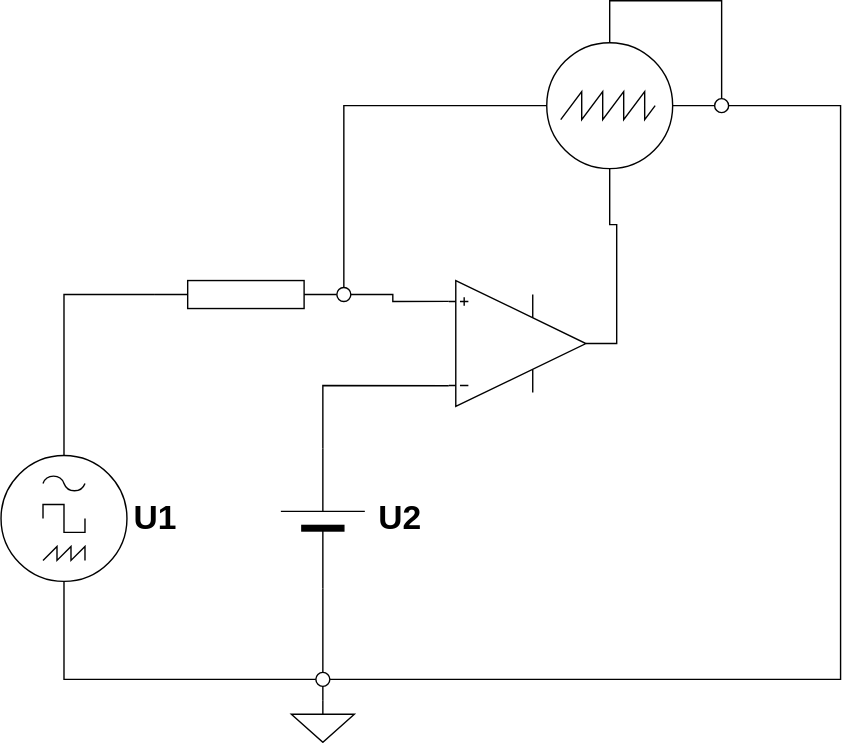
Before: 5/LA/AMEC/OPV3/Komparator_ohneHysterese_1.drawio.svg, a diagram exported from draw.io (Baumbart13/Mitschrift). Source tidied: cells renumbered, new cells last; positions are measured from the earlier drawing's top-left corner, leaving out a move shared by most shapes. The source it was exported from:
```xml
<mxGraphModel>
  <root>
    <mxCell id="0" />
    <mxCell id="1" parent="0" />
    <mxCell id="2" style="verticalLabelPosition=bottom;shadow=0;dashed=0;align=center;fillColor=#000000;html=1;verticalAlign=top;strokeWidth=1;shape=mxgraph.electrical.miscellaneous.monocell_battery;rotation=-90;" parent="1" vertex="1">
      <mxGeometry x="180" y="340" width="100" height="60" as="geometry" />
    </mxCell>
    <mxCell id="3" style="perimeter=ellipsePerimeter;verticalLabelPosition=bottom;shadow=0;dashed=0;align=center;html=1;verticalAlign=top;shape=mxgraph.electrical.instruments.signal_generator;" parent="1" vertex="1">
      <mxGeometry y="325" width="90" height="90" as="geometry" />
    </mxCell>
    <mxCell id="4" style="perimeter=ellipsePerimeter;verticalLabelPosition=bottom;shadow=0;dashed=0;align=center;html=1;verticalAlign=top;shape=mxgraph.electrical.instruments.oscilloscope;" parent="1" vertex="1">
      <mxGeometry x="390" y="30" width="90" height="90" as="geometry" />
    </mxCell>
    <mxCell id="5" style="verticalLabelPosition=bottom;shadow=0;dashed=0;align=center;html=1;verticalAlign=top;shape=mxgraph.electrical.abstract.operational_amp_1;flipH=0;flipV=1;" parent="1" vertex="1">
      <mxGeometry x="320" y="200" width="98" height="90" as="geometry" />
    </mxCell>
    <mxCell id="6" style="endArrow=none;html=1;rounded=0;exitX=0.5;exitY=0;exitDx=0;exitDy=0;exitPerimeter=0;entryX=0;entryY=0.5;entryDx=0;entryDy=0;entryPerimeter=0;" parent="1" edge="1" source="3" target="7">
      <mxGeometry relative="1" as="geometry">
        <Array as="points">
          <mxPoint x="45" y="210" />
        </Array>
      </mxGeometry>
    </mxCell>
    <mxCell id="7" style="verticalLabelPosition=bottom;shadow=0;dashed=0;align=center;html=1;verticalAlign=top;shape=mxgraph.electrical.resistors.resistor_1;" parent="1" vertex="1">
      <mxGeometry x="110" y="200" width="130" height="20" as="geometry" />
    </mxCell>
    <mxCell id="8" style="endArrow=none;html=1;rounded=0;entryX=0;entryY=0.165;entryDx=0;entryDy=0;entryPerimeter=0;exitX=1;exitY=0.5;exitDx=0;exitDy=0;exitPerimeter=0;" parent="1" edge="1" source="2" target="5">
      <mxGeometry relative="1" as="geometry">
        <Array as="points">
          <mxPoint x="230" y="275" />
        </Array>
      </mxGeometry>
    </mxCell>
    <mxCell id="9" style="endArrow=none;html=1;rounded=0;entryX=1;entryY=0.5;entryDx=0;entryDy=0;exitX=1;exitY=0.5;exitDx=0;exitDy=0;" parent="1" edge="1" source="18" target="15">
      <mxGeometry relative="1" as="geometry">
        <Array as="points">
          <mxPoint x="600" y="485" />
          <mxPoint x="600" y="75" />
        </Array>
      </mxGeometry>
    </mxCell>
    <mxCell id="10" style="verticalLabelPosition=bottom;shadow=0;dashed=0;align=center;html=1;verticalAlign=top;shape=mxgraph.electrical.signal_sources.signal_ground;" parent="1" vertex="1">
      <mxGeometry x="207.5" y="500" width="45" height="30" as="geometry" />
    </mxCell>
    <mxCell id="11" style="endArrow=none;html=1;rounded=0;exitX=1;exitY=0.5;exitDx=0;exitDy=0;exitPerimeter=0;entryX=0.5;entryY=1;entryDx=0;entryDy=0;entryPerimeter=0;" parent="1" edge="1" source="5" target="4">
      <mxGeometry relative="1" as="geometry">
        <Array as="points">
          <mxPoint x="440" y="245" />
          <mxPoint x="440" y="160" />
          <mxPoint x="435" y="160" />
        </Array>
      </mxGeometry>
    </mxCell>
    <mxCell id="12" style="ellipse;whiteSpace=wrap;html=1;" parent="1" vertex="1">
      <mxGeometry x="240" y="205" width="10" height="10" as="geometry" />
    </mxCell>
    <mxCell id="13" style="endArrow=none;html=1;rounded=0;exitX=0.5;exitY=0;exitDx=0;exitDy=0;entryX=0;entryY=0.5;entryDx=0;entryDy=0;entryPerimeter=0;" parent="1" edge="1" source="12" target="4">
      <mxGeometry relative="1" as="geometry">
        <Array as="points">
          <mxPoint x="245" y="75" />
        </Array>
      </mxGeometry>
    </mxCell>
    <mxCell id="14" style="endArrow=none;html=1;rounded=0;exitX=1;exitY=0.5;exitDx=0;exitDy=0;entryX=0;entryY=0.835;entryDx=0;entryDy=0;entryPerimeter=0;" parent="1" edge="1" source="12" target="5">
      <mxGeometry relative="1" as="geometry">
        <Array as="points">
          <mxPoint x="280" y="210" />
          <mxPoint x="280" y="215" />
        </Array>
      </mxGeometry>
    </mxCell>
    <mxCell id="15" style="ellipse;whiteSpace=wrap;html=1;" parent="1" vertex="1">
      <mxGeometry x="510" y="70" width="10" height="10" as="geometry" />
    </mxCell>
    <mxCell id="16" style="endArrow=none;html=1;rounded=0;exitX=0.5;exitY=0;exitDx=0;exitDy=0;entryX=0.5;entryY=0;entryDx=0;entryDy=0;entryPerimeter=0;" parent="1" edge="1" source="15" target="4">
      <mxGeometry relative="1" as="geometry">
        <Array as="points">
          <mxPoint x="515" />
          <mxPoint x="435" />
        </Array>
      </mxGeometry>
    </mxCell>
    <mxCell id="17" style="endArrow=none;html=1;rounded=0;entryX=0;entryY=0.5;entryDx=0;entryDy=0;exitX=1;exitY=0.5;exitDx=0;exitDy=0;exitPerimeter=0;" parent="1" edge="1" source="4" target="15">
      <mxGeometry relative="1" as="geometry" />
    </mxCell>
    <mxCell id="18" style="ellipse;whiteSpace=wrap;html=1;" parent="1" vertex="1">
      <mxGeometry x="225" y="480" width="10" height="10" as="geometry" />
    </mxCell>
    <mxCell id="19" style="endArrow=none;html=1;rounded=0;entryX=0;entryY=0.5;entryDx=0;entryDy=0;exitX=0.5;exitY=1;exitDx=0;exitDy=0;exitPerimeter=0;" parent="1" edge="1" source="3" target="18">
      <mxGeometry relative="1" as="geometry">
        <Array as="points">
          <mxPoint x="45" y="485" />
        </Array>
      </mxGeometry>
    </mxCell>
    <mxCell id="20" style="endArrow=none;html=1;rounded=0;entryX=0;entryY=0.5;entryDx=0;entryDy=0;entryPerimeter=0;exitX=0.5;exitY=0;exitDx=0;exitDy=0;" parent="1" edge="1" source="18" target="2">
      <mxGeometry relative="1" as="geometry" />
    </mxCell>
    <mxCell id="21" style="endArrow=none;html=1;rounded=0;exitX=0.5;exitY=0;exitDx=0;exitDy=0;exitPerimeter=0;entryX=0.5;entryY=1;entryDx=0;entryDy=0;" parent="1" edge="1" source="10" target="18">
      <mxGeometry relative="1" as="geometry" />
    </mxCell>
    <mxCell id="22" value="&lt;div&gt;U2&lt;/div&gt;" style="text;strokeColor=none;fillColor=none;html=1;fontSize=24;fontStyle=1;verticalAlign=middle;align=center;" parent="1" vertex="1">
      <mxGeometry x="235" y="350" width="100" height="40" as="geometry" />
    </mxCell>
    <mxCell id="23" value="&lt;div&gt;U1&lt;/div&gt;" style="text;strokeColor=none;fillColor=none;html=1;fontSize=24;fontStyle=1;verticalAlign=middle;align=center;" parent="1" vertex="1">
      <mxGeometry x="60" y="350" width="100" height="40" as="geometry" />
    </mxCell>
  </root>
</mxGraphModel>
```
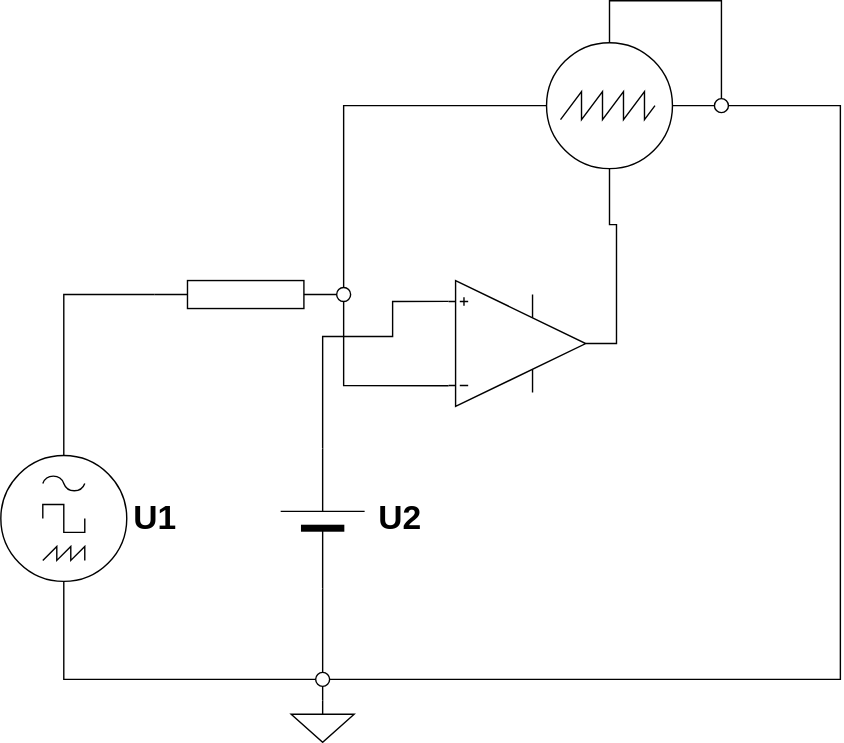
Above is the later version.

Diff of the diagram source:
```diff
@@ -24,10 +24,12 @@
     <mxCell id="7" style="verticalLabelPosition=bottom;shadow=0;dashed=0;align=center;html=1;verticalAlign=top;shape=mxgraph.electrical.resistors.resistor_1;" parent="1" vertex="1">
       <mxGeometry x="110" y="200" width="130" height="20" as="geometry" />
     </mxCell>
-    <mxCell id="8" style="endArrow=none;html=1;rounded=0;entryX=0;entryY=0.165;entryDx=0;entryDy=0;entryPerimeter=0;exitX=1;exitY=0.5;exitDx=0;exitDy=0;exitPerimeter=0;" parent="1" edge="1" source="2" target="5">
+    <mxCell id="8" style="endArrow=none;html=1;rounded=0;exitX=1;exitY=0.5;exitDx=0;exitDy=0;exitPerimeter=0;entryX=0;entryY=0.835;entryDx=0;entryDy=0;entryPerimeter=0;" parent="1" edge="1" source="2" target="5">
       <mxGeometry relative="1" as="geometry">
         <Array as="points">
-          <mxPoint x="230" y="275" />
+          <mxPoint x="230" y="240" />
+          <mxPoint x="280" y="240" />
+          <mxPoint x="280" y="215" />
         </Array>
       </mxGeometry>
     </mxCell>
@@ -61,14 +63,6 @@
         </Array>
       </mxGeometry>
     </mxCell>
-    <mxCell id="14" style="endArrow=none;html=1;rounded=0;exitX=1;exitY=0.5;exitDx=0;exitDy=0;entryX=0;entryY=0.835;entryDx=0;entryDy=0;entryPerimeter=0;" parent="1" edge="1" source="12" target="5">
-      <mxGeometry relative="1" as="geometry">
-        <Array as="points">
-          <mxPoint x="280" y="210" />
-          <mxPoint x="280" y="215" />
-        </Array>
-      </mxGeometry>
-    </mxCell>
     <mxCell id="15" style="ellipse;whiteSpace=wrap;html=1;" parent="1" vertex="1">
       <mxGeometry x="510" y="70" width="10" height="10" as="geometry" />
     </mxCell>
@@ -105,5 +99,12 @@
     <mxCell id="23" value="&lt;div&gt;U1&lt;/div&gt;" style="text;strokeColor=none;fillColor=none;html=1;fontSize=24;fontStyle=1;verticalAlign=middle;align=center;" parent="1" vertex="1">
       <mxGeometry x="60" y="350" width="100" height="40" as="geometry" />
     </mxCell>
+    <mxCell id="24" style="endArrow=none;html=1;rounded=0;entryX=0.5;entryY=1;entryDx=0;entryDy=0;exitX=0;exitY=0.165;exitDx=0;exitDy=0;exitPerimeter=0;" parent="1" edge="1" source="5" target="12">
+      <mxGeometry relative="1" as="geometry">
+        <Array as="points">
+          <mxPoint x="245" y="275" />
+        </Array>
+      </mxGeometry>
+    </mxCell>
   </root>
 </mxGraphModel>
```
